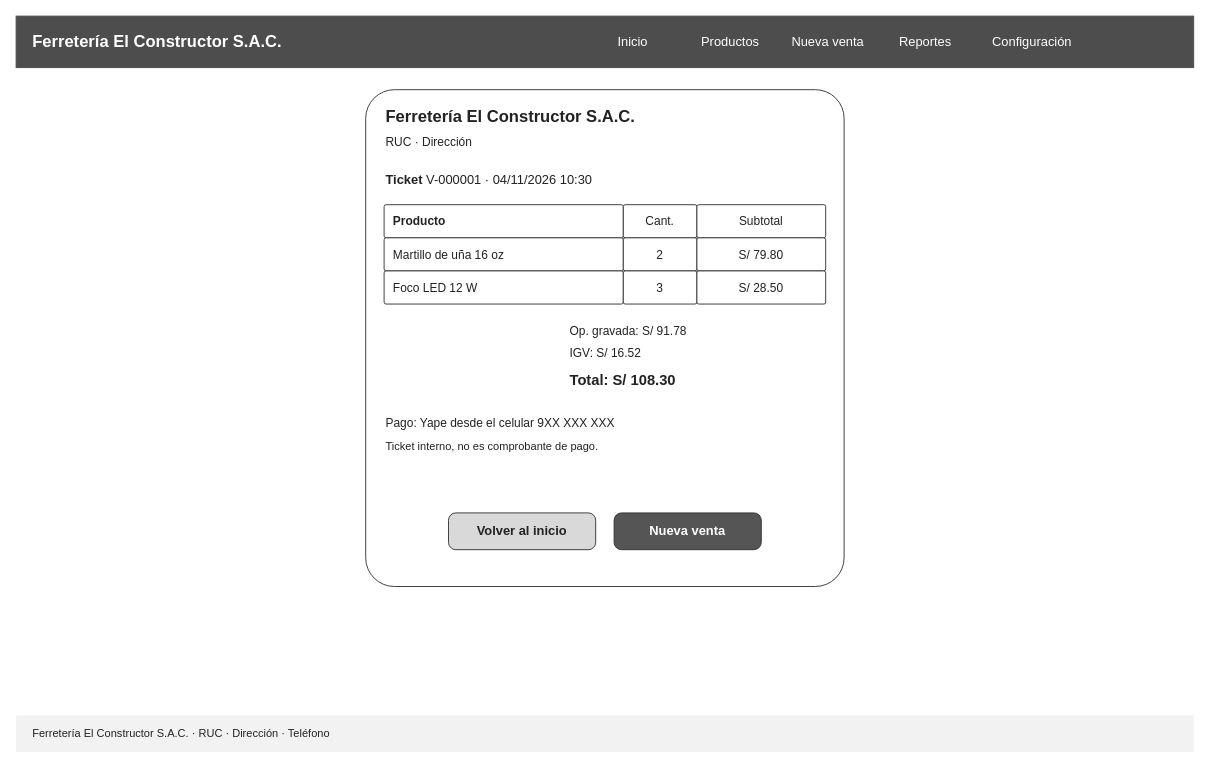
This is page "Ticket (computadora)" (4 of 12) of docs/bocetos/ferreteria-bocetos.drawio from oropezadev-wq/ferreteria-ventas, a draw.io file, before an edit. Source tidied: cells renumbered, new cells numbered last; positions are measured from the earlier drawing's top-left corner, leaving out a move shared by most shapes. Both pictures are drawn from the tidied source at 92%, with x=0, y=0 at pixel (16, 16).
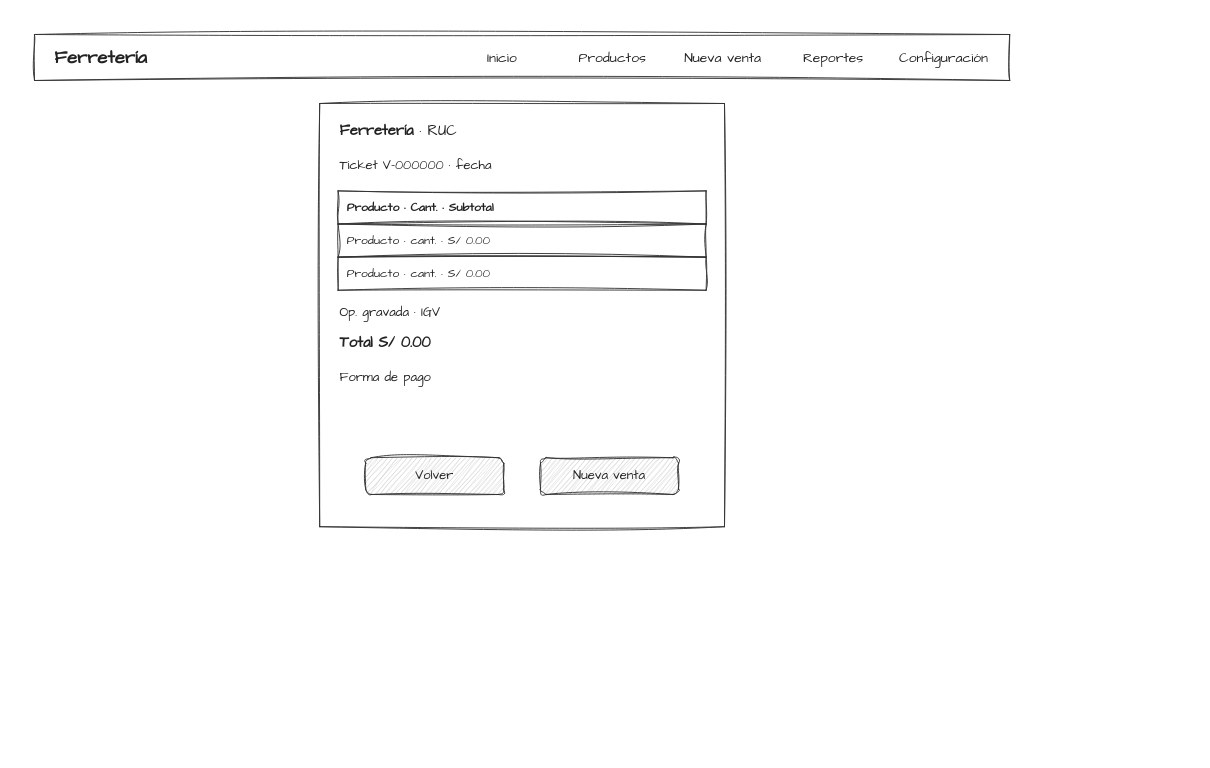
Above is the later version.

What changed in the source:
```diff
@@
-    <mxCell id="2" value="Ferretería El Constructor S.A.C." style="rounded=0;whiteSpace=wrap;html=1;fillColor=#4D4D4D;strokeColor=#4D4D4D;fontColor=#FFFFFF;fontFamily=Arial;align=left;spacingLeft=16;fontStyle=1;fontSize=18;" parent="1" vertex="1">
-      <mxGeometry width="1280" height="56" as="geometry" />
+    <mxCell id="2" style="rounded=0;whiteSpace=wrap;html=1;fillColor=none;sketch=1;curveFitting=1;jiggle=2;fontFamily=Comic Sans MS;fontColor=#222222;strokeColor=#333333;fontSize=14;" parent="1" vertex="1">
+      <mxGeometry x="20" y="20" width="1060" height="50" as="geometry" />
     </mxCell>
-    <mxCell id="3" value="Inicio" style="text;html=1;align=center;verticalAlign=middle;fontFamily=Arial;fontColor=#FFFFFF;fontSize=14;" parent="1" vertex="1">
-      <mxGeometry x="620" y="12" width="100" height="32" as="geometry" />
+    <mxCell id="3" value="Ferretería" style="text;html=1;align=left;verticalAlign=middle;whiteSpace=wrap;fontFamily=Comic Sans MS;fontColor=#222222;fontStyle=1;fontSize=20;" parent="1" vertex="1">
+      <mxGeometry x="40" y="25" width="300" height="40" as="geometry" />
     </mxCell>
-    <mxCell id="4" value="Productos" style="text;html=1;align=center;verticalAlign=middle;fontFamily=Arial;fontColor=#FFFFFF;fontSize=14;" parent="1" vertex="1">
-      <mxGeometry x="726" y="12" width="100" height="32" as="geometry" />
+    <mxCell id="4" value="Inicio" style="text;html=1;align=center;verticalAlign=middle;fontFamily=Comic Sans MS;fontColor=#222222;fontSize=15;" parent="1" vertex="1">
+      <mxGeometry x="470" y="30" width="116" height="30" as="geometry" />
     </mxCell>
-    <mxCell id="5" value="Nueva venta" style="text;html=1;align=center;verticalAlign=middle;fontFamily=Arial;fontColor=#FFFFFF;fontSize=14;" parent="1" vertex="1">
-      <mxGeometry x="832" y="12" width="100" height="32" as="geometry" />
+    <mxCell id="5" value="Productos" style="text;html=1;align=center;verticalAlign=middle;fontFamily=Comic Sans MS;fontColor=#222222;fontSize=15;" parent="1" vertex="1">
+      <mxGeometry x="590" y="30" width="116" height="30" as="geometry" />
     </mxCell>
-    <mxCell id="6" value="Reportes" style="text;html=1;align=center;verticalAlign=middle;fontFamily=Arial;fontColor=#FFFFFF;fontSize=14;" parent="1" vertex="1">
-      <mxGeometry x="938" y="12" width="100" height="32" as="geometry" />
+    <mxCell id="6" value="Nueva venta" style="text;html=1;align=center;verticalAlign=middle;fontFamily=Comic Sans MS;fontColor=#222222;fontSize=15;" parent="1" vertex="1">
+      <mxGeometry x="710" y="30" width="116" height="30" as="geometry" />
     </mxCell>
-    <mxCell id="7" value="Configuración" style="text;html=1;align=center;verticalAlign=middle;fontFamily=Arial;fontColor=#FFFFFF;fontSize=14;" parent="1" vertex="1">
-      <mxGeometry x="1044" y="12" width="120" height="32" as="geometry" />
+    <mxCell id="7" value="Reportes" style="text;html=1;align=center;verticalAlign=middle;fontFamily=Comic Sans MS;fontColor=#222222;fontSize=15;" parent="1" vertex="1">
+      <mxGeometry x="830" y="30" width="116" height="30" as="geometry" />
     </mxCell>
-    <mxCell id="8" value="Ferretería El Constructor S.A.C. · RUC · Dirección · Teléfono" style="text;html=1;align=left;verticalAlign=middle;whiteSpace=wrap;fontFamily=Arial;fontColor=#222222;fillColor=#F2F2F2;spacingLeft=16;fontSize=12;" parent="1" vertex="1">
-      <mxGeometry y="760" width="1280" height="40" as="geometry" />
+    <mxCell id="8" value="Configuración" style="text;html=1;align=center;verticalAlign=middle;fontFamily=Comic Sans MS;fontColor=#222222;fontSize=15;" parent="1" vertex="1">
+      <mxGeometry x="950" y="30" width="116" height="30" as="geometry" />
     </mxCell>
-    <mxCell id="9" style="rounded=1;arcSize=6;whiteSpace=wrap;html=1;fillColor=#FFFFFF;strokeColor=#333333;fontFamily=Arial;fontColor=#222222;fontSize=14;" parent="1" vertex="1">
-      <mxGeometry x="380" y="80" width="520" height="540" as="geometry" />
+    <mxCell id="9" style="rounded=0;whiteSpace=wrap;html=1;fillColor=none;sketch=1;curveFitting=1;jiggle=2;fontFamily=Comic Sans MS;fontColor=#222222;strokeColor=#333333;fontSize=14;" parent="1" vertex="1">
+      <mxGeometry x="330" y="95" width="440" height="460" as="geometry" />
     </mxCell>
-    <mxCell id="10" value="&lt;div style='text-align:center'&gt;&lt;b&gt;Ferretería El Constructor S.A.C.&lt;/b&gt;&lt;/div&gt;" style="text;html=1;align=left;verticalAlign=middle;whiteSpace=wrap;fontFamily=Arial;fontColor=#222222;fontSize=18;" parent="1" vertex="1">
-      <mxGeometry x="400" y="95" width="480" height="30" as="geometry" />
+    <mxCell id="10" value="&lt;div style='text-align:center'&gt;&lt;b&gt;Ferretería&lt;/b&gt; · RUC&lt;/div&gt;" style="text;html=1;align=left;verticalAlign=middle;whiteSpace=wrap;fontFamily=Comic Sans MS;fontColor=#222222;fontSize=16;" parent="1" vertex="1">
+      <mxGeometry x="350" y="110" width="400" height="30" as="geometry" />
     </mxCell>
-    <mxCell id="11" value="&lt;div style='text-align:center'&gt;RUC · Dirección&lt;/div&gt;" style="text;html=1;align=left;verticalAlign=middle;whiteSpace=wrap;fontFamily=Arial;fontColor=#222222;fontSize=13;" parent="1" vertex="1">
-      <mxGeometry x="400" y="125" width="480" height="24" as="geometry" />
+    <mxCell id="11" value="Ticket V-000000 · fecha" style="text;html=1;align=left;verticalAlign=middle;whiteSpace=wrap;fontFamily=Comic Sans MS;fontColor=#222222;fontSize=14;" parent="1" vertex="1">
+      <mxGeometry x="350" y="150" width="400" height="26" as="geometry" />
     </mxCell>
-    <mxCell id="12" value="&lt;b&gt;Ticket&lt;/b&gt; V-000001 · 04/11/2026 10:30" style="text;html=1;align=left;verticalAlign=middle;whiteSpace=wrap;fontFamily=Arial;fontColor=#222222;fontSize=14;" parent="1" vertex="1">
-      <mxGeometry x="400" y="165" width="480" height="26" as="geometry" />
+    <mxCell id="12" value="&lt;b&gt;Producto · Cant. · Subtotal&lt;/b&gt;" style="rounded=0;whiteSpace=wrap;html=1;fillColor=none;sketch=1;curveFitting=1;jiggle=2;fontFamily=Comic Sans MS;fontColor=#222222;strokeColor=#333333;align=left;spacingLeft=8;fontSize=13;" parent="1" vertex="1">
+      <mxGeometry x="350" y="190" width="400" height="36" as="geometry" />
     </mxCell>
-    <mxCell id="13" value="&lt;b&gt;Producto&lt;/b&gt;" style="rounded=1;arcSize=6;whiteSpace=wrap;html=1;fillColor=#FFFFFF;strokeColor=#333333;fontFamily=Arial;fontColor=#222222;align=left;spacingLeft=8;fontSize=13;" parent="1" vertex="1">
-      <mxGeometry x="400" y="205" width="260" height="36" as="geometry" />
+    <mxCell id="13" value="Producto · cant. · S/ 0.00" style="rounded=0;whiteSpace=wrap;html=1;fillColor=none;sketch=1;curveFitting=1;jiggle=2;fontFamily=Comic Sans MS;fontColor=#222222;strokeColor=#333333;align=left;spacingLeft=8;fontSize=13;" parent="1" vertex="1">
+      <mxGeometry x="350" y="226" width="400" height="36" as="geometry" />
     </mxCell>
-    <mxCell id="14" value="Cant." style="rounded=1;arcSize=6;whiteSpace=wrap;html=1;fillColor=#FFFFFF;strokeColor=#333333;fontFamily=Arial;fontColor=#222222;fontSize=13;" parent="1" vertex="1">
-      <mxGeometry x="660" y="205" width="80" height="36" as="geometry" />
+    <mxCell id="14" value="Producto · cant. · S/ 0.00" style="rounded=0;whiteSpace=wrap;html=1;fillColor=none;sketch=1;curveFitting=1;jiggle=2;fontFamily=Comic Sans MS;fontColor=#222222;strokeColor=#333333;align=left;spacingLeft=8;fontSize=13;" parent="1" vertex="1">
+      <mxGeometry x="350" y="262" width="400" height="36" as="geometry" />
     </mxCell>
-    <mxCell id="15" value="Subtotal" style="rounded=1;arcSize=6;whiteSpace=wrap;html=1;fillColor=#FFFFFF;strokeColor=#333333;fontFamily=Arial;fontColor=#222222;fontSize=13;" parent="1" vertex="1">
-      <mxGeometry x="740" y="205" width="140" height="36" as="geometry" />
+    <mxCell id="15" value="&lt;div style='text-align:right'&gt;Op. gravada · IGV&lt;/div&gt;" style="text;html=1;align=left;verticalAlign=middle;whiteSpace=wrap;fontFamily=Comic Sans MS;fontColor=#222222;fontSize=14;" parent="1" vertex="1">
+      <mxGeometry x="350" y="310" width="400" height="26" as="geometry" />
     </mxCell>
-    <mxCell id="16" value="Martillo de uña 16 oz" style="rounded=1;arcSize=6;whiteSpace=wrap;html=1;fillColor=#FFFFFF;strokeColor=#333333;fontFamily=Arial;fontColor=#222222;align=left;spacingLeft=8;fontSize=13;" parent="1" vertex="1">
-      <mxGeometry x="400" y="241" width="260" height="36" as="geometry" />
+    <mxCell id="16" value="&lt;div style='text-align:right'&gt;&lt;b&gt;Total S/ 0.00&lt;/b&gt;&lt;/div&gt;" style="text;html=1;align=left;verticalAlign=middle;whiteSpace=wrap;fontFamily=Comic Sans MS;fontColor=#222222;fontSize=16;" parent="1" vertex="1">
+      <mxGeometry x="350" y="340" width="400" height="30" as="geometry" />
     </mxCell>
-    <mxCell id="17" value="2" style="rounded=1;arcSize=6;whiteSpace=wrap;html=1;fillColor=#FFFFFF;strokeColor=#333333;fontFamily=Arial;fontColor=#222222;fontSize=13;" parent="1" vertex="1">
-      <mxGeometry x="660" y="241" width="80" height="36" as="geometry" />
+    <mxCell id="17" value="Forma de pago" style="text;html=1;align=left;verticalAlign=middle;whiteSpace=wrap;fontFamily=Comic Sans MS;fontColor=#222222;fontSize=14;" parent="1" vertex="1">
+      <mxGeometry x="350" y="380" width="400" height="26" as="geometry" />
     </mxCell>
-    <mxCell id="18" value="S/ 79.80" style="rounded=1;arcSize=6;whiteSpace=wrap;html=1;fillColor=#FFFFFF;strokeColor=#333333;fontFamily=Arial;fontColor=#222222;fontSize=13;" parent="1" vertex="1">
-      <mxGeometry x="740" y="241" width="140" height="36" as="geometry" />
+    <mxCell id="18" value="Volver" style="rounded=1;whiteSpace=wrap;html=1;fillColor=#CCCCCC;fillStyle=hachure;sketch=1;curveFitting=1;jiggle=2;fontFamily=Comic Sans MS;fontColor=#222222;strokeColor=#333333;fontSize=14;" parent="1" vertex="1">
+      <mxGeometry x="380" y="480" width="150" height="40" as="geometry" />
     </mxCell>
-    <mxCell id="19" value="Foco LED 12 W" style="rounded=1;arcSize=6;whiteSpace=wrap;html=1;fillColor=#FFFFFF;strokeColor=#333333;fontFamily=Arial;fontColor=#222222;align=left;spacingLeft=8;fontSize=13;" parent="1" vertex="1">
-      <mxGeometry x="400" y="277" width="260" height="36" as="geometry" />
+    <mxCell id="19" value="Nueva venta" style="rounded=1;whiteSpace=wrap;html=1;fillColor=#CCCCCC;fillStyle=hachure;sketch=1;curveFitting=1;jiggle=2;fontFamily=Comic Sans MS;fontColor=#222222;strokeColor=#333333;fontSize=14;" parent="1" vertex="1">
+      <mxGeometry x="570" y="480" width="150" height="40" as="geometry" />
     </mxCell>
-    <mxCell id="20" value="3" style="rounded=1;arcSize=6;whiteSpace=wrap;html=1;fillColor=#FFFFFF;strokeColor=#333333;fontFamily=Arial;fontColor=#222222;fontSize=13;" parent="1" vertex="1">
-      <mxGeometry x="660" y="277" width="80" height="36" as="geometry" />
-    </mxCell>
-    <mxCell id="21" value="S/ 28.50" style="rounded=1;arcSize=6;whiteSpace=wrap;html=1;fillColor=#FFFFFF;strokeColor=#333333;fontFamily=Arial;fontColor=#222222;fontSize=13;" parent="1" vertex="1">
-      <mxGeometry x="740" y="277" width="140" height="36" as="geometry" />
-    </mxCell>
-    <mxCell id="22" value="&lt;div style='text-align:right'&gt;Op. gravada: S/ 91.78&lt;/div&gt;" style="text;html=1;align=left;verticalAlign=middle;whiteSpace=wrap;fontFamily=Arial;fontColor=#222222;fontSize=13;" parent="1" vertex="1">
-      <mxGeometry x="600" y="330" width="280" height="24" as="geometry" />
-    </mxCell>
-    <mxCell id="23" value="&lt;div style='text-align:right'&gt;IGV: S/ 16.52&lt;/div&gt;" style="text;html=1;align=left;verticalAlign=middle;whiteSpace=wrap;fontFamily=Arial;fontColor=#222222;fontSize=13;" parent="1" vertex="1">
-      <mxGeometry x="600" y="354" width="280" height="24" as="geometry" />
-    </mxCell>
-    <mxCell id="24" value="&lt;div style='text-align:right'&gt;&lt;b&gt;Total: S/ 108.30&lt;/b&gt;&lt;/div&gt;" style="text;html=1;align=left;verticalAlign=middle;whiteSpace=wrap;fontFamily=Arial;fontColor=#222222;fontSize=16;" parent="1" vertex="1">
-      <mxGeometry x="600" y="380" width="280" height="30" as="geometry" />
-    </mxCell>
-    <mxCell id="25" value="Pago: Yape desde el celular 9XX XXX XXX" style="text;html=1;align=left;verticalAlign=middle;whiteSpace=wrap;fontFamily=Arial;fontColor=#222222;fontSize=13;" parent="1" vertex="1">
-      <mxGeometry x="400" y="430" width="480" height="24" as="geometry" />
-    </mxCell>
-    <mxCell id="26" value="Ticket interno, no es comprobante de pago." style="text;html=1;align=left;verticalAlign=middle;whiteSpace=wrap;fontFamily=Arial;fontColor=#222222;fontSize=12;" parent="1" vertex="1">
-      <mxGeometry x="400" y="456" width="480" height="24" as="geometry" />
-    </mxCell>
-    <mxCell id="27" value="Volver al inicio" style="rounded=1;arcSize=20;whiteSpace=wrap;html=1;fillColor=#D9D9D9;fontStyle=1;strokeColor=#333333;fontFamily=Arial;fontColor=#222222;fontSize=14;" parent="1" vertex="1">
-      <mxGeometry x="470" y="540" width="160" height="40" as="geometry" />
-    </mxCell>
-    <mxCell id="28" value="Nueva venta" style="rounded=1;arcSize=20;whiteSpace=wrap;html=1;fillColor=#555555;fontColor=#FFFFFF;fontStyle=1;strokeColor=#333333;fontFamily=Arial;fontSize=14;" parent="1" vertex="1">
-      <mxGeometry x="650" y="540" width="160" height="40" as="geometry" />
-    </mxCell>
```
